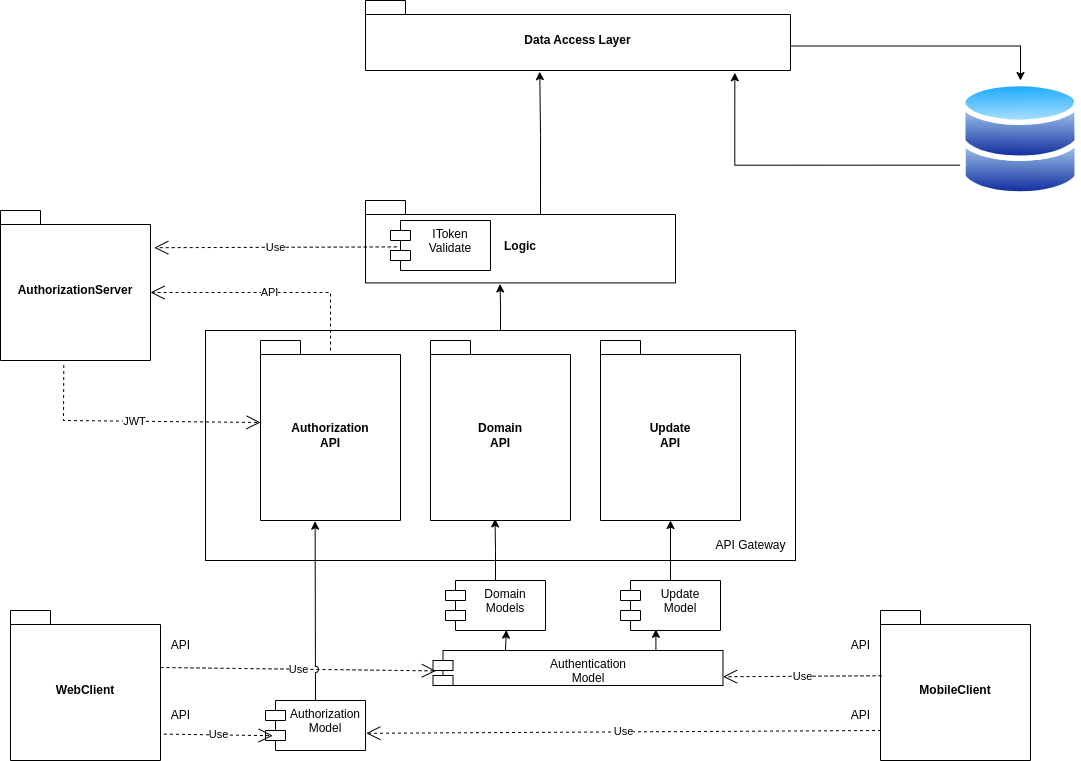
Before: GB_SOS/GB-SOS-Packages.png, a diagram exported from draw.io (gitMaksimAl/software-architecture). Source tidied: cells renumbered, new cells last; positions are measured from the earlier drawing's top-left corner, leaving out a move shared by most shapes. The source it was exported from:
```xml
<mxGraphModel>
  <root>
    <mxCell id="0" />
    <mxCell id="1" parent="0" />
    <mxCell id="2" value="Use" style="endArrow=open;endSize=12;dashed=1;html=1;rounded=0;exitX=1.023;exitY=0.824;exitDx=0;exitDy=0;exitPerimeter=0;entryX=0.01;entryY=0.583;entryDx=0;entryDy=0;entryPerimeter=0;" parent="1" edge="1" target="24">
      <mxGeometry relative="1" as="geometry">
        <mxPoint x="160" y="667" as="sourcePoint" />
      </mxGeometry>
    </mxCell>
    <mxCell id="3" style="edgeStyle=orthogonalEdgeStyle;rounded=0;jettySize=auto;html=1;exitX=0.5;exitY=0;exitDx=0;exitDy=0;entryX=0.434;entryY=1.013;entryDx=0;entryDy=0;entryPerimeter=0;" parent="1" edge="1" source="4" target="30">
      <mxGeometry relative="1" as="geometry" />
    </mxCell>
    <mxCell id="4" style="rounded=0;whiteSpace=wrap;html=1;fillColor=none;glass=0;" parent="1" vertex="1">
      <mxGeometry x="205" y="330" width="590" height="230" as="geometry" />
    </mxCell>
    <mxCell id="5" value="API Gateway" style="text;html=1;align=center;verticalAlign=middle;strokeColor=none;fillColor=none;" parent="4" vertex="1">
      <mxGeometry x="500" y="200" width="90" height="30" as="geometry" />
    </mxCell>
    <mxCell id="6" value="WebClient" style="shape=folder;fontStyle=1;spacingTop=10;tabWidth=40;tabHeight=14;tabPosition=left;html=1;whiteSpace=wrap;" parent="1" vertex="1">
      <mxGeometry x="10" y="610" width="150" height="150" as="geometry" />
    </mxCell>
    <mxCell id="7" value="MobileClient" style="shape=folder;fontStyle=1;spacingTop=10;tabWidth=40;tabHeight=14;tabPosition=left;html=1;whiteSpace=wrap;" parent="1" vertex="1">
      <mxGeometry x="880" y="610" width="150" height="150" as="geometry" />
    </mxCell>
    <mxCell id="8" value="Authorization&lt;br&gt;API" style="shape=folder;fontStyle=1;spacingTop=10;tabWidth=40;tabHeight=14;tabPosition=left;html=1;whiteSpace=wrap;" parent="1" vertex="1">
      <mxGeometry x="260" y="340" width="140" height="180" as="geometry" />
    </mxCell>
    <mxCell id="9" style="edgeStyle=orthogonalEdgeStyle;rounded=0;jettySize=auto;html=1;exitX=0;exitY=0;exitDx=170;exitDy=45.5;exitPerimeter=0;entryX=0.5;entryY=0;entryDx=0;entryDy=0;" parent="1" edge="1" source="10" target="19">
      <mxGeometry relative="1" as="geometry" />
    </mxCell>
    <mxCell id="10" value="Data Access Layer" style="shape=folder;fontStyle=1;spacingTop=10;tabWidth=40;tabHeight=14;tabPosition=left;html=1;whiteSpace=wrap;comic=0;fixDash=0;" parent="1" vertex="1">
      <mxGeometry x="365" width="425" height="70" as="geometry" />
    </mxCell>
    <mxCell id="11" value="API" style="text;html=1;align=center;verticalAlign=middle;strokeColor=none;fillColor=none;" parent="1" vertex="1">
      <mxGeometry x="160" y="700" width="40" height="30" as="geometry" />
    </mxCell>
    <mxCell id="12" value="API" style="endArrow=open;endSize=12;dashed=1;html=1;rounded=0;entryX=0;entryY=0;entryDx=150;entryDy=82;entryPerimeter=0;exitX=0.5;exitY=0.056;exitDx=0;exitDy=0;exitPerimeter=0;" parent="1" edge="1" source="8" target="14">
      <mxGeometry relative="1" as="geometry">
        <Array as="points">
          <mxPoint x="330" y="292" />
        </Array>
      </mxGeometry>
    </mxCell>
    <mxCell id="13" value="API" style="text;html=1;align=center;verticalAlign=middle;strokeColor=none;fillColor=none;" parent="1" vertex="1">
      <mxGeometry x="840" y="630" width="40" height="30" as="geometry" />
    </mxCell>
    <mxCell id="14" value="AuthorizationServer" style="shape=folder;fontStyle=1;spacingTop=10;tabWidth=40;tabHeight=14;tabPosition=left;html=1;whiteSpace=wrap;" parent="1" vertex="1">
      <mxGeometry y="210" width="150" height="150" as="geometry" />
    </mxCell>
    <mxCell id="15" style="edgeStyle=orthogonalEdgeStyle;rounded=0;jettySize=auto;html=1;exitX=0.5;exitY=0;exitDx=0;exitDy=0;entryX=0.39;entryY=1.004;entryDx=0;entryDy=0;entryPerimeter=0;jumpStyle=arc;" parent="1" edge="1" source="16" target="8">
      <mxGeometry relative="1" as="geometry" />
    </mxCell>
    <mxCell id="16" value="Authorization&lt;br&gt;Model" style="shape=module;align=left;spacingLeft=20;align=center;verticalAlign=top;whiteSpace=wrap;html=1;" parent="1" vertex="1">
      <mxGeometry x="265" y="700" width="100" height="50" as="geometry" />
    </mxCell>
    <mxCell id="17" value="JWT" style="endArrow=open;endSize=12;dashed=1;html=1;rounded=0;entryX=0;entryY=0;entryDx=0;entryDy=82;entryPerimeter=0;exitX=0.422;exitY=1.03;exitDx=0;exitDy=0;exitPerimeter=0;" parent="1" edge="1" source="14" target="8">
      <mxGeometry relative="1" as="geometry">
        <Array as="points">
          <mxPoint x="63" y="420" />
        </Array>
      </mxGeometry>
    </mxCell>
    <mxCell id="18" style="edgeStyle=orthogonalEdgeStyle;rounded=0;jettySize=auto;html=1;exitX=0;exitY=0.75;exitDx=0;exitDy=0;entryX=0.869;entryY=1.032;entryDx=0;entryDy=0;entryPerimeter=0;" parent="1" edge="1" source="19" target="10">
      <mxGeometry relative="1" as="geometry" />
    </mxCell>
    <mxCell id="19" style="image;perimeter=ellipsePerimeter;html=1;align=center;shadow=0;dashed=0;spacingTop=3;image=img/lib/active_directory/databases.svg;" parent="1" vertex="1">
      <mxGeometry x="960" y="80" width="120" height="117.6" as="geometry" />
    </mxCell>
    <mxCell id="20" style="edgeStyle=orthogonalEdgeStyle;rounded=0;jettySize=auto;html=1;exitX=0.5;exitY=0;exitDx=0;exitDy=0;entryX=0.461;entryY=0.991;entryDx=0;entryDy=0;entryPerimeter=0;" parent="1" edge="1" source="21" target="28">
      <mxGeometry relative="1" as="geometry" />
    </mxCell>
    <mxCell id="21" value="Domain&lt;br&gt;Models" style="shape=module;align=left;spacingLeft=20;align=center;verticalAlign=top;whiteSpace=wrap;html=1;" parent="1" vertex="1">
      <mxGeometry x="445" y="580" width="100" height="50" as="geometry" />
    </mxCell>
    <mxCell id="22" style="edgeStyle=orthogonalEdgeStyle;rounded=0;jettySize=auto;html=1;exitX=0.25;exitY=0;exitDx=0;exitDy=0;entryX=0.608;entryY=0.992;entryDx=0;entryDy=0;entryPerimeter=0;" parent="1" edge="1" source="24" target="21">
      <mxGeometry relative="1" as="geometry" />
    </mxCell>
    <mxCell id="23" style="edgeStyle=orthogonalEdgeStyle;rounded=0;jettySize=auto;html=1;exitX=0.75;exitY=0;exitDx=0;exitDy=0;entryX=0.354;entryY=0.976;entryDx=0;entryDy=0;entryPerimeter=0;" parent="1" edge="1" source="24" target="27">
      <mxGeometry relative="1" as="geometry" />
    </mxCell>
    <mxCell id="24" value="Authentication&lt;br&gt;Model" style="shape=module;align=left;spacingLeft=20;align=center;verticalAlign=top;whiteSpace=wrap;html=1;" parent="1" vertex="1">
      <mxGeometry x="432.5" y="650" width="290" height="35" as="geometry" />
    </mxCell>
    <mxCell id="25" value="Update&lt;br&gt;API" style="shape=folder;fontStyle=1;spacingTop=10;tabWidth=40;tabHeight=14;tabPosition=left;html=1;whiteSpace=wrap;" parent="1" vertex="1">
      <mxGeometry x="600" y="340" width="140" height="180" as="geometry" />
    </mxCell>
    <mxCell id="26" style="edgeStyle=orthogonalEdgeStyle;rounded=0;jettySize=auto;html=1;exitX=0.5;exitY=0;exitDx=0;exitDy=0;entryX=0.5;entryY=1;entryDx=0;entryDy=0;entryPerimeter=0;" parent="1" edge="1" source="27" target="25">
      <mxGeometry relative="1" as="geometry" />
    </mxCell>
    <mxCell id="27" value="Update&lt;br&gt;Model" style="shape=module;align=left;spacingLeft=20;align=center;verticalAlign=top;whiteSpace=wrap;html=1;" parent="1" vertex="1">
      <mxGeometry x="620" y="580" width="100" height="50" as="geometry" />
    </mxCell>
    <mxCell id="28" value="Domain&lt;br&gt;API" style="shape=folder;fontStyle=1;spacingTop=10;tabWidth=40;tabHeight=14;tabPosition=left;html=1;whiteSpace=wrap;" parent="1" vertex="1">
      <mxGeometry x="430" y="340" width="140" height="180" as="geometry" />
    </mxCell>
    <mxCell id="29" style="edgeStyle=orthogonalEdgeStyle;rounded=0;jettySize=auto;html=1;exitX=0;exitY=0;exitDx=175;exitDy=14;exitPerimeter=0;entryX=0.41;entryY=1.017;entryDx=0;entryDy=0;entryPerimeter=0;" parent="1" edge="1" source="30" target="10">
      <mxGeometry relative="1" as="geometry" />
    </mxCell>
    <mxCell id="30" value="Logic" style="shape=folder;fontStyle=1;spacingTop=10;tabWidth=40;tabHeight=14;tabPosition=left;html=1;whiteSpace=wrap;" parent="1" vertex="1">
      <mxGeometry x="365" y="200" width="310" height="82.4" as="geometry" />
    </mxCell>
    <mxCell id="31" value="API" style="text;html=1;align=center;verticalAlign=middle;strokeColor=none;fillColor=none;" parent="1" vertex="1">
      <mxGeometry x="160" y="630" width="40" height="30" as="geometry" />
    </mxCell>
    <mxCell id="32" value="API" style="text;html=1;align=center;verticalAlign=middle;strokeColor=none;fillColor=none;" parent="1" vertex="1">
      <mxGeometry x="840" y="700" width="40" height="30" as="geometry" />
    </mxCell>
    <mxCell id="33" value="IToken&lt;br&gt;Validate" style="shape=module;align=left;spacingLeft=20;align=center;verticalAlign=top;whiteSpace=wrap;html=1;" parent="1" vertex="1">
      <mxGeometry x="390" y="220" width="100" height="50" as="geometry" />
    </mxCell>
    <mxCell id="34" value="Use" style="endArrow=open;endSize=12;dashed=1;html=1;rounded=0;exitX=0.062;exitY=0.528;exitDx=0;exitDy=0;exitPerimeter=0;entryX=1.025;entryY=0.248;entryDx=0;entryDy=0;entryPerimeter=0;" parent="1" edge="1" source="33" target="14">
      <mxGeometry relative="1" as="geometry" />
    </mxCell>
    <mxCell id="35" value="Use" style="endArrow=open;endSize=12;dashed=1;html=1;rounded=0;exitX=1.023;exitY=0.824;exitDx=0;exitDy=0;exitPerimeter=0;entryX=0.072;entryY=0.704;entryDx=0;entryDy=0;entryPerimeter=0;" parent="1" edge="1" source="6" target="16">
      <mxGeometry relative="1" as="geometry" />
    </mxCell>
    <mxCell id="36" value="Use" style="endArrow=open;endSize=12;dashed=1;html=1;rounded=0;entryX=1;entryY=0.75;entryDx=0;entryDy=0;exitX=0.007;exitY=0.435;exitDx=0;exitDy=0;exitPerimeter=0;" parent="1" edge="1" source="7" target="24">
      <mxGeometry relative="1" as="geometry" />
    </mxCell>
    <mxCell id="37" value="Use" style="endArrow=open;endSize=12;dashed=1;html=1;rounded=0;entryX=1.008;entryY=0.656;entryDx=0;entryDy=0;exitX=0.007;exitY=0.435;exitDx=0;exitDy=0;exitPerimeter=0;entryPerimeter=0;" parent="1" edge="1" target="16">
      <mxGeometry relative="1" as="geometry">
        <mxPoint x="880.5" y="730" as="sourcePoint" />
      </mxGeometry>
    </mxCell>
  </root>
</mxGraphModel>
```
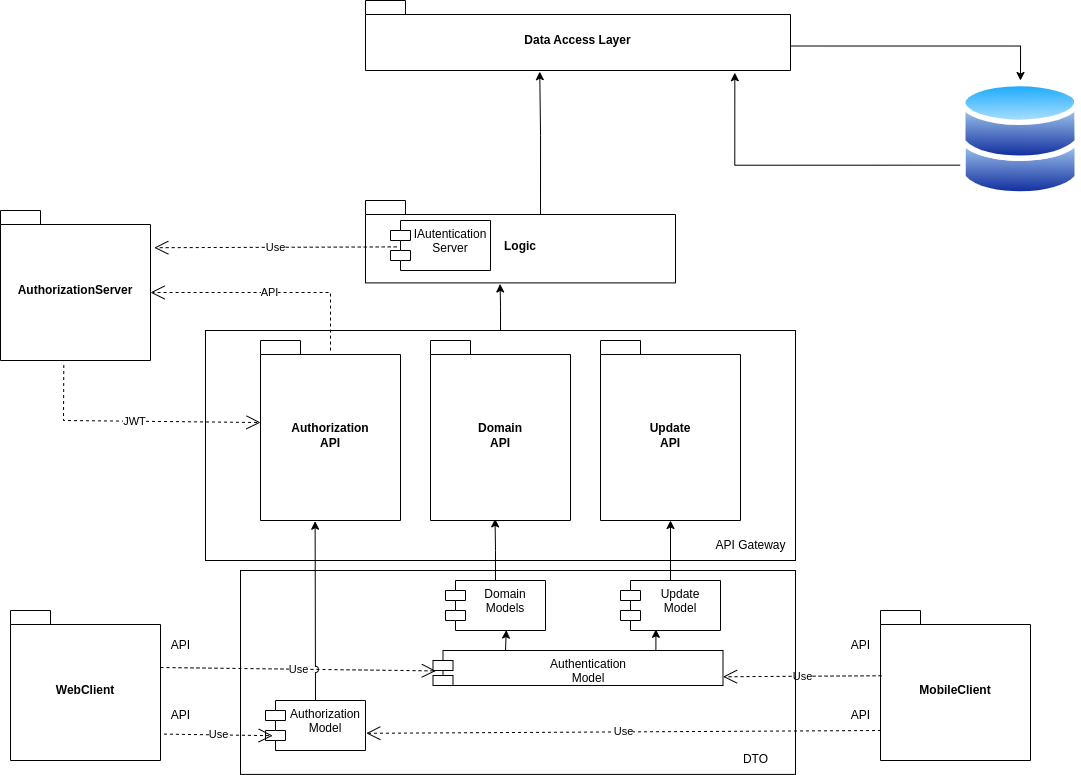
After the commit.

Commit message:
docs(architecure): Added authorization module diagram, update component schema, API-file

Diff of the diagram source:
```diff
@@ -105,7 +105,7 @@
     <mxCell id="32" value="API" style="text;html=1;align=center;verticalAlign=middle;strokeColor=none;fillColor=none;" parent="1" vertex="1">
       <mxGeometry x="840" y="700" width="40" height="30" as="geometry" />
     </mxCell>
-    <mxCell id="33" value="IToken&lt;br&gt;Validate" style="shape=module;align=left;spacingLeft=20;align=center;verticalAlign=top;whiteSpace=wrap;html=1;" parent="1" vertex="1">
+    <mxCell id="33" value="IAutentication&lt;br&gt;Server" style="shape=module;align=left;spacingLeft=20;align=center;verticalAlign=top;whiteSpace=wrap;html=1;" parent="1" vertex="1">
       <mxGeometry x="390" y="220" width="100" height="50" as="geometry" />
     </mxCell>
     <mxCell id="34" value="Use" style="endArrow=open;endSize=12;dashed=1;html=1;rounded=0;exitX=0.062;exitY=0.528;exitDx=0;exitDy=0;exitPerimeter=0;entryX=1.025;entryY=0.248;entryDx=0;entryDy=0;entryPerimeter=0;" parent="1" edge="1" source="33" target="14">
@@ -122,5 +122,11 @@
         <mxPoint x="880.5" y="730" as="sourcePoint" />
       </mxGeometry>
     </mxCell>
+    <mxCell id="38" style="rounded=0;whiteSpace=wrap;html=1;fillColor=none;glass=0;" parent="1" vertex="1">
+      <mxGeometry x="240" y="570" width="555" height="203.9" as="geometry" />
+    </mxCell>
+    <mxCell id="39" value="DTO" style="text;html=1;align=center;verticalAlign=middle;strokeColor=none;fillColor=none;" parent="38" vertex="1">
+      <mxGeometry x="490.3" y="173.9" width="50" height="30" as="geometry" />
+    </mxCell>
   </root>
 </mxGraphModel>
```
